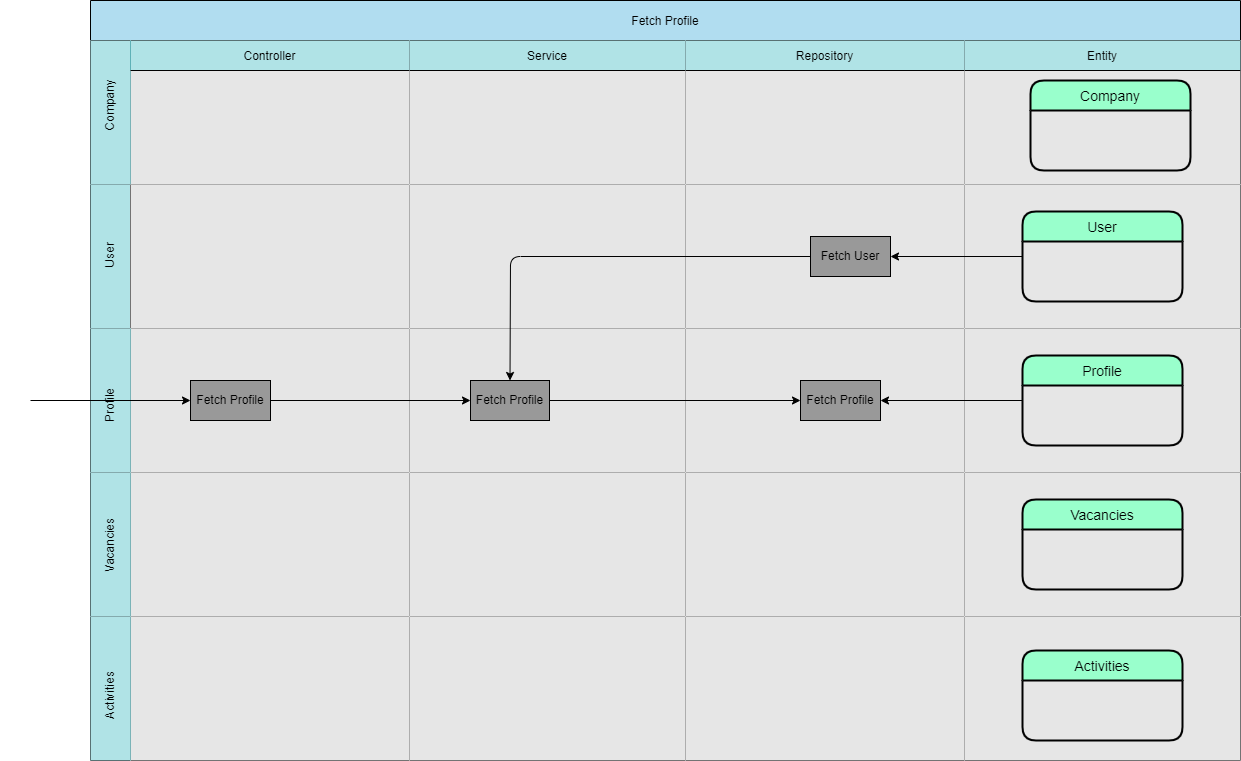
The draw.io diagram documents/asd/VAC-ASD-Fetch-Profile-AS-v1.png in AaronSaya/educom-symfony-1690191754, before a commit. Source tidied: cells renumbered, new cells last; positions are measured from the earlier drawing's top-left corner, leaving out a move shared by most shapes.
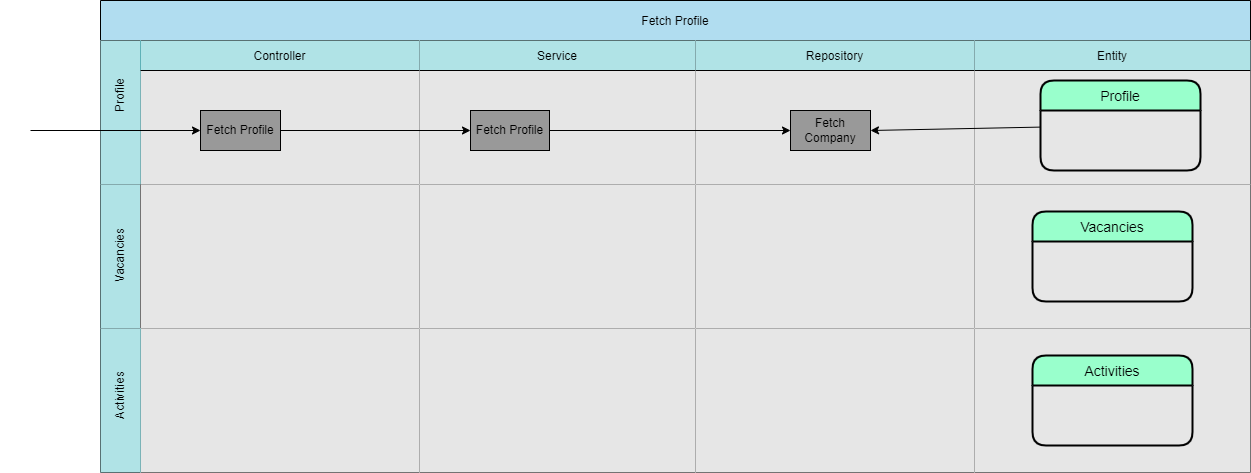
Above is the later version.

What changed in the source:
```diff
@@ -3,7 +3,7 @@
     <mxCell id="0" />
     <mxCell id="1" parent="0" />
     <mxCell id="2" value="Fetch Profile" style="shape=table;startSize=40;fillColor=#b1ddf0;strokeColor=#000000;fontColor=#000000;" parent="1" vertex="1">
-      <mxGeometry x="90" width="1150" height="760" as="geometry" />
+      <mxGeometry x="90" width="1150" height="472" as="geometry" />
     </mxCell>
     <mxCell id="3" style="shape=tableRow;horizontal=0;swimlaneHead=0;swimlaneBody=0;top=0;left=0;bottom=0;right=0;fontStyle=0;fillColor=#b0e3e6;startSize=40;strokeColor=#0e8088;fontColor=#000000;" parent="2" vertex="1">
       <mxGeometry y="40" width="1150" height="144" as="geometry" />
@@ -11,141 +11,86 @@
     <mxCell id="4" value="Controller" style="swimlane;swimlaneHead=0;swimlaneBody=0;fontStyle=0;fillColor=#b0e3e6;startSize=30;strokeColor=#000000;fontColor=#000000;swimlaneFillColor=#E6E6E6;" parent="3" vertex="1">
       <mxGeometry x="40" width="279" height="144" as="geometry" />
     </mxCell>
+    <mxCell id="8" value="Fetch Profile" style="whiteSpace=wrap;html=1;fillColor=#999999;fillStyle=auto;fontColor=#000000;" parent="4" vertex="1">
+      <mxGeometry x="60" y="70" width="80" height="40" as="geometry" />
+    </mxCell>
+    <mxCell id="19" value="Service" style="swimlane;swimlaneHead=0;swimlaneBody=0;fontStyle=0;fillColor=#b0e3e6;startSize=30;strokeColor=#000000;fontColor=#000000;swimlaneFillColor=#E6E6E6;" parent="3" vertex="1">
+      <mxGeometry x="319" width="276" height="144" as="geometry" />
+    </mxCell>
+    <mxCell id="26" value="Fetch Profile" style="whiteSpace=wrap;html=1;fillColor=#999999;fontColor=#000000;" parent="19" vertex="1">
+      <mxGeometry x="51" y="70" width="79" height="40" as="geometry" />
+    </mxCell>
-    <mxCell id="5" value="Service" style="swimlane;swimlaneHead=0;swimlaneBody=0;fontStyle=0;fillColor=#b0e3e6;startSize=30;strokeColor=#000000;fontColor=#000000;swimlaneFillColor=#E6E6E6;" parent="3" vertex="1">
-      <mxGeometry x="319" width="276" height="144" as="geometry" />
+    <mxCell id="5" value="Repository" style="swimlane;swimlaneHead=0;swimlaneBody=0;fontStyle=0;fillColor=#b0e3e6;startSize=30;strokeColor=#000000;fontColor=#000000;swimlaneFillColor=#E6E6E6;" parent="3" vertex="1">
+      <mxGeometry x="595" width="279" height="144" as="geometry" />
     </mxCell>
+    <mxCell id="9" value="Fetch Company" style="whiteSpace=wrap;html=1;fillColor=#999999;fontColor=#000000;" parent="5" vertex="1">
+      <mxGeometry x="95" y="70" width="80" height="40" as="geometry" />
+    </mxCell>
+    <mxCell id="21" value="Entity" style="swimlane;swimlaneHead=0;swimlaneBody=0;fontStyle=0;fillColor=#b0e3e6;startSize=30;strokeColor=#000000;fontColor=#000000;swimlaneFillColor=#E6E6E6;" parent="3" vertex="1">
+      <mxGeometry x="874" width="276" height="144" as="geometry" />
+    </mxCell>
-    <mxCell id="6" value="Repository" style="swimlane;swimlaneHead=0;swimlaneBody=0;fontStyle=0;fillColor=#b0e3e6;startSize=30;strokeColor=#000000;fontColor=#000000;swimlaneFillColor=#E6E6E6;" parent="3" vertex="1">
-      <mxGeometry x="595" width="279" height="144" as="geometry" />
+    <mxCell id="6" value="Profile" style="swimlane;horizontal=1;startSize=30;rounded=1;fontSize=14;fontStyle=0;strokeWidth=2;shadow=0;dashed=0;align=center;fillColor=#99FFCC;strokeColor=#000000;fontColor=#000000;" parent="21" vertex="1">
+      <mxGeometry x="66" y="40" width="160" height="90" as="geometry" />
     </mxCell>
+    <mxCell id="12" style="edgeStyle=none;html=1;entryX=0;entryY=0.5;entryDx=0;entryDy=0;strokeColor=#000000;" parent="3" edge="1" source="8" target="26">
+      <mxGeometry relative="1" as="geometry" />
+    </mxCell>
+    <mxCell id="14" style="edgeStyle=none;html=1;strokeColor=#000000;" parent="3" edge="1" source="26" target="9">
+      <mxGeometry relative="1" as="geometry" />
+    </mxCell>
+    <mxCell id="28" style="edgeStyle=none;html=1;entryX=1;entryY=0.5;entryDx=0;entryDy=0;strokeColor=#000000;" parent="3" edge="1" source="6" target="9">
+      <mxGeometry relative="1" as="geometry" />
+    </mxCell>
+    <mxCell id="23" style="shape=tableRow;horizontal=0;swimlaneHead=0;swimlaneBody=0;top=0;left=0;bottom=0;right=0;fontStyle=0;fillColor=#b0e3e6;points=[[0,0.5],[1,0.5]];portConstraint=eastwest;startSize=40;strokeColor=#000000;" parent="2" vertex="1">
+      <mxGeometry y="184" width="1150" height="144" as="geometry" />
+    </mxCell>
-    <mxCell id="7" value="Entity" style="swimlane;swimlaneHead=0;swimlaneBody=0;fontStyle=0;fillColor=#b0e3e6;startSize=30;strokeColor=#000000;fontColor=#000000;swimlaneFillColor=#E6E6E6;" parent="3" vertex="1">
-      <mxGeometry x="874" width="276" height="144" as="geometry" />
+    <mxCell id="7" style="swimlane;swimlaneHead=0;swimlaneBody=0;fontStyle=0;fillColor=none;startSize=0;swimlaneFillColor=#E6E6E6;strokeColor=#000000;" parent="23" vertex="1">
+      <mxGeometry x="40" width="279" height="144" as="geometry" />
     </mxCell>
-    <mxCell id="8" value="Company" style="swimlane;horizontal=1;startSize=30;rounded=1;fontSize=14;fontStyle=0;strokeWidth=2;shadow=0;dashed=0;align=center;fillColor=#99FFCC;strokeColor=#000000;fontColor=#000000;" parent="7" vertex="1">
-      <mxGeometry x="66" y="40" width="160" height="90" as="geometry" />
-    </mxCell>
-    <mxCell id="9" style="shape=tableRow;horizontal=0;swimlaneHead=0;swimlaneBody=0;top=0;left=0;bottom=0;right=0;fontStyle=0;fillColor=#b0e3e6;points=[[0,0.5],[1,0.5]];portConstraint=eastwest;startSize=40;strokeColor=#000000;" parent="2" vertex="1">
-      <mxGeometry y="184" width="1150" height="144" as="geometry" />
-    </mxCell>
+    <mxCell id="27" style="swimlane;swimlaneHead=0;swimlaneBody=0;fontStyle=0;fillColor=none;startSize=0;swimlaneFillColor=#E6E6E6;strokeColor=#000000;fontColor=#000000;" parent="23" vertex="1">
+      <mxGeometry x="319" width="276" height="144" as="geometry" />
+    </mxCell>
+    <mxCell id="49" style="swimlane;swimlaneHead=0;swimlaneBody=0;fontStyle=0;fillColor=none;startSize=0;swimlaneFillColor=#E6E6E6;strokeColor=#000000;" parent="23" vertex="1">
+      <mxGeometry x="595" width="279" height="144" as="geometry" />
+    </mxCell>
-    <mxCell id="10" style="swimlane;swimlaneHead=0;swimlaneBody=0;fontStyle=0;fillColor=none;startSize=0;swimlaneFillColor=#E6E6E6;strokeColor=#000000;" parent="9" vertex="1">
-      <mxGeometry x="40" width="279" height="144" as="geometry" />
+    <mxCell id="10" style="swimlane;swimlaneHead=0;swimlaneBody=0;fontStyle=0;fillColor=none;startSize=0;swimlaneFillColor=#E6E6E6;strokeColor=#000000;" parent="23" vertex="1">
+      <mxGeometry x="874" width="276" height="144" as="geometry" />
     </mxCell>
-    <mxCell id="11" style="swimlane;swimlaneHead=0;swimlaneBody=0;fontStyle=0;fillColor=none;startSize=0;swimlaneFillColor=#E6E6E6;strokeColor=#000000;fontColor=#000000;" parent="9" vertex="1">
-      <mxGeometry x="319" width="276" height="144" as="geometry" />
+    <mxCell id="11" value="Vacancies" style="swimlane;horizontal=1;startSize=30;rounded=1;fontSize=14;fontStyle=0;strokeWidth=2;shadow=0;dashed=0;align=center;fillColor=#99FFCC;strokeColor=#000000;fontColor=#000000;" parent="10" vertex="1">
+      <mxGeometry x="58" y="27" width="160" height="90" as="geometry" />
     </mxCell>
-    <mxCell id="12" style="swimlane;swimlaneHead=0;swimlaneBody=0;fontStyle=0;fillColor=none;startSize=0;swimlaneFillColor=#E6E6E6;strokeColor=#000000;" parent="9" vertex="1">
-      <mxGeometry x="595" width="279" height="144" as="geometry" />
-    </mxCell>
-    <mxCell id="13" value="Fetch User" style="whiteSpace=wrap;html=1;fillColor=#999999;fontColor=#000000;" parent="12" vertex="1">
-      <mxGeometry x="125" y="52" width="80" height="40" as="geometry" />
-    </mxCell>
-    <mxCell id="14" style="swimlane;swimlaneHead=0;swimlaneBody=0;fontStyle=0;fillColor=none;startSize=0;swimlaneFillColor=#E6E6E6;strokeColor=#000000;" parent="9" vertex="1">
-      <mxGeometry x="874" width="276" height="144" as="geometry" />
-    </mxCell>
-    <mxCell id="15" value="User" style="swimlane;horizontal=1;startSize=30;rounded=1;fontSize=14;fontStyle=0;strokeWidth=2;shadow=0;dashed=0;align=center;fillColor=#99FFCC;strokeColor=#000000;fontColor=#000000;" parent="14" vertex="1">
-      <mxGeometry x="58" y="27" width="160" height="90" as="geometry" />
-    </mxCell>
-    <mxCell id="16" style="edgeStyle=none;html=1;strokeColor=#000000;" parent="9" edge="1" source="15" target="13">
-      <mxGeometry relative="1" as="geometry" />
-    </mxCell>
     <mxCell id="17" style="shape=tableRow;horizontal=0;swimlaneHead=0;swimlaneBody=0;top=0;left=0;bottom=0;right=0;fontStyle=0;fillColor=#b0e3e6;startSize=40;strokeColor=#0e8088;" parent="2" vertex="1">
       <mxGeometry y="328" width="1150" height="144" as="geometry" />
     </mxCell>
     <mxCell id="18" style="swimlane;swimlaneHead=0;swimlaneBody=0;fontStyle=0;fillColor=none;startSize=0;swimlaneFillColor=#E6E6E6;strokeColor=#000000;" parent="17" vertex="1">
       <mxGeometry x="40" width="279" height="144" as="geometry" />
     </mxCell>
-    <mxCell id="19" value="Fetch Profile" style="whiteSpace=wrap;html=1;fillColor=#999999;fillStyle=auto;fontColor=#000000;" parent="18" vertex="1">
-      <mxGeometry x="60" y="52" width="80" height="40" as="geometry" />
-    </mxCell>
     <mxCell id="20" style="swimlane;swimlaneHead=0;swimlaneBody=0;fontStyle=0;fillColor=none;startSize=0;swimlaneFillColor=#E6E6E6;strokeColor=#000000;" parent="17" vertex="1">
       <mxGeometry x="319" width="276" height="144" as="geometry" />
     </mxCell>
-    <mxCell id="21" value="Fetch Profile" style="whiteSpace=wrap;html=1;fillColor=#999999;fontColor=#000000;" parent="20" vertex="1">
-      <mxGeometry x="61" y="52" width="79" height="40" as="geometry" />
-    </mxCell>
     <mxCell id="22" style="swimlane;swimlaneHead=0;swimlaneBody=0;fontStyle=0;fillColor=none;startSize=0;fontColor=#000000;swimlaneFillColor=#E6E6E6;strokeColor=#000000;" parent="17" vertex="1">
       <mxGeometry x="595" width="279" height="144" as="geometry" />
     </mxCell>
-    <mxCell id="23" value="Fetch Profile" style="whiteSpace=wrap;html=1;fillColor=#999999;fontColor=#000000;" parent="22" vertex="1">
-      <mxGeometry x="115" y="52" width="80" height="40" as="geometry" />
-    </mxCell>
     <mxCell id="24" style="swimlane;swimlaneHead=0;swimlaneBody=0;fontStyle=0;fillColor=none;startSize=0;swimlaneFillColor=#E6E6E6;strokeColor=#000000;" parent="17" vertex="1">
       <mxGeometry x="874" width="276" height="144" as="geometry" />
     </mxCell>
-    <mxCell id="25" value="Profile" style="swimlane;horizontal=1;startSize=30;rounded=1;fontSize=14;fontStyle=0;strokeWidth=2;shadow=0;dashed=0;align=center;fillColor=#99FFCC;strokeColor=#000000;fontColor=#000000;" parent="24" vertex="1">
+    <mxCell id="25" value="Activities" style="swimlane;horizontal=1;startSize=30;rounded=1;fontSize=14;fontStyle=0;strokeWidth=2;shadow=0;dashed=0;align=center;fillColor=#99FFCC;strokeColor=#000000;fontColor=#000000;" parent="24" vertex="1">
       <mxGeometry x="58" y="27" width="160" height="90" as="geometry" />
     </mxCell>
-    <mxCell id="26" style="edgeStyle=none;html=1;strokeColor=#000000;" parent="17" edge="1" source="21" target="23">
-      <mxGeometry relative="1" as="geometry" />
-    </mxCell>
-    <mxCell id="27" style="edgeStyle=none;html=1;entryX=0;entryY=0.5;entryDx=0;entryDy=0;strokeColor=#000000;" parent="17" edge="1" source="19" target="21">
-      <mxGeometry relative="1" as="geometry" />
-    </mxCell>
-    <mxCell id="28" style="edgeStyle=none;html=1;entryX=1;entryY=0.5;entryDx=0;entryDy=0;strokeColor=#000000;" parent="17" edge="1" source="25" target="23">
-      <mxGeometry relative="1" as="geometry" />
-    </mxCell>
-    <mxCell id="29" style="shape=tableRow;horizontal=0;swimlaneHead=0;swimlaneBody=0;top=0;left=0;bottom=0;right=0;fontStyle=0;fillColor=#b0e3e6;startSize=40;strokeColor=#0e8088;" parent="2" vertex="1">
-      <mxGeometry y="472" width="1150" height="144" as="geometry" />
-    </mxCell>
-    <mxCell id="30" style="swimlane;swimlaneHead=0;swimlaneBody=0;fontStyle=0;fillColor=none;startSize=0;swimlaneFillColor=#E6E6E6;strokeColor=#000000;" parent="29" vertex="1">
-      <mxGeometry x="40" width="279" height="144" as="geometry" />
-    </mxCell>
-    <mxCell id="31" style="swimlane;swimlaneHead=0;swimlaneBody=0;fontStyle=0;fillColor=none;startSize=0;swimlaneFillColor=#E6E6E6;strokeColor=#000000;" parent="29" vertex="1">
-      <mxGeometry x="319" width="276" height="144" as="geometry" />
-    </mxCell>
-    <mxCell id="32" style="swimlane;swimlaneHead=0;swimlaneBody=0;fontStyle=0;fillColor=none;startSize=0;swimlaneFillColor=#E6E6E6;strokeColor=#000000;" parent="29" vertex="1">
-      <mxGeometry x="595" width="279" height="144" as="geometry" />
-    </mxCell>
-    <mxCell id="33" style="swimlane;swimlaneHead=0;swimlaneBody=0;fontStyle=0;fillColor=none;startSize=0;swimlaneFillColor=#E6E6E6;" parent="29" vertex="1">
-      <mxGeometry x="874" width="276" height="144" as="geometry" />
-    </mxCell>
-    <mxCell id="34" value="Vacancies" style="swimlane;horizontal=1;startSize=30;rounded=1;fontSize=14;fontStyle=0;strokeWidth=2;shadow=0;dashed=0;align=center;fillColor=#99FFCC;strokeColor=#000000;fontColor=#000000;" parent="33" vertex="1">
-      <mxGeometry x="58" y="27" width="160" height="90" as="geometry" />
-    </mxCell>
-    <mxCell id="35" style="shape=tableRow;horizontal=0;swimlaneHead=0;swimlaneBody=0;top=0;left=0;bottom=0;right=0;fontStyle=0;fillColor=#b0e3e6;startSize=40;strokeColor=#0e8088;" parent="2" vertex="1">
-      <mxGeometry y="616" width="1150" height="144" as="geometry" />
-    </mxCell>
-    <mxCell id="36" style="swimlane;swimlaneHead=0;swimlaneBody=0;fontStyle=0;fillColor=none;startSize=0;swimlaneFillColor=#E6E6E6;strokeColor=#000000;" parent="35" vertex="1">
-      <mxGeometry x="40" width="279" height="144" as="geometry" />
-    </mxCell>
-    <mxCell id="37" style="swimlane;swimlaneHead=0;swimlaneBody=0;fontStyle=0;fillColor=none;startSize=0;swimlaneFillColor=#E6E6E6;strokeColor=#000000;" parent="35" vertex="1">
-      <mxGeometry x="319" width="276" height="144" as="geometry" />
-    </mxCell>
-    <mxCell id="38" style="swimlane;swimlaneHead=0;swimlaneBody=0;fontStyle=0;fillColor=none;startSize=0;swimlaneFillColor=#E6E6E6;strokeColor=#000000;" parent="35" vertex="1">
-      <mxGeometry x="595" width="279" height="144" as="geometry" />
-    </mxCell>
-    <mxCell id="39" style="swimlane;swimlaneHead=0;swimlaneBody=0;fontStyle=0;fillColor=none;startSize=0;swimlaneFillColor=#E6E6E6;strokeColor=#000000;" parent="35" vertex="1">
-      <mxGeometry x="874" width="276" height="144" as="geometry" />
-    </mxCell>
-    <mxCell id="40" value="Activities" style="swimlane;horizontal=1;startSize=30;rounded=1;fontSize=14;fontStyle=0;strokeWidth=2;shadow=0;dashed=0;align=center;fillColor=#99FFCC;strokeColor=#000000;fontColor=#000000;" parent="39" vertex="1">
-      <mxGeometry x="58" y="34" width="160" height="90" as="geometry" />
-    </mxCell>
-    <mxCell id="41" style="edgeStyle=none;html=1;entryX=0.5;entryY=0;entryDx=0;entryDy=0;strokeColor=#000000;" parent="2" edge="1" source="13" target="21">
-      <mxGeometry relative="1" as="geometry">
-        <Array as="points">
-          <mxPoint x="420" y="256" />
-        </Array>
-      </mxGeometry>
-    </mxCell>
-    <mxCell id="42" value="&lt;font color=&quot;#000000&quot;&gt;Company&lt;/font&gt;" style="text;strokeColor=none;align=center;fillColor=none;html=1;verticalAlign=middle;whiteSpace=wrap;rounded=0;rotation=-90;" parent="1" vertex="1">
-      <mxGeometry x="80" y="90" width="60" height="30" as="geometry" />
-    </mxCell>
-    <mxCell id="43" value="&lt;font color=&quot;#000000&quot;&gt;User&lt;/font&gt;" style="text;strokeColor=none;align=center;fillColor=none;html=1;verticalAlign=middle;whiteSpace=wrap;rounded=0;rotation=-90;" parent="1" vertex="1">
-      <mxGeometry x="80" y="240" width="60" height="30" as="geometry" />
-    </mxCell>
     <mxCell id="44" value="&lt;font color=&quot;#000000&quot;&gt;Profile&lt;/font&gt;" style="text;strokeColor=none;align=center;fillColor=none;html=1;verticalAlign=middle;whiteSpace=wrap;rounded=0;rotation=-90;" parent="1" vertex="1">
-      <mxGeometry x="80" y="390" width="60" height="30" as="geometry" />
+      <mxGeometry x="80" y="80" width="60" height="30" as="geometry" />
     </mxCell>
     <mxCell id="45" value="&lt;font color=&quot;#000000&quot;&gt;Vacancies&lt;/font&gt;" style="text;strokeColor=none;align=center;fillColor=none;html=1;verticalAlign=middle;whiteSpace=wrap;rounded=0;rotation=-90;" parent="1" vertex="1">
-      <mxGeometry x="80" y="530" width="60" height="30" as="geometry" />
+      <mxGeometry x="80" y="240" width="60" height="30" as="geometry" />
     </mxCell>
     <mxCell id="46" value="&lt;font color=&quot;#000000&quot;&gt;Activities&lt;/font&gt;" style="text;strokeColor=none;align=center;fillColor=none;html=1;verticalAlign=middle;whiteSpace=wrap;rounded=0;rotation=-90;" parent="1" vertex="1">
-      <mxGeometry x="80" y="680" width="60" height="30" as="geometry" />
+      <mxGeometry x="80" y="380" width="60" height="30" as="geometry" />
     </mxCell>
-    <mxCell id="47" style="edgeStyle=none;html=1;strokeColor=#000000;" parent="1" edge="1" source="48" target="19">
+    <mxCell id="47" style="edgeStyle=none;html=1;strokeColor=#000000;" parent="1" edge="1" source="48" target="8">
       <mxGeometry relative="1" as="geometry" />
     </mxCell>
     <mxCell id="48" value="&lt;font color=&quot;#ffffff&quot;&gt;Actor&lt;/font&gt;" style="shape=umlActor;verticalLabelPosition=bottom;verticalAlign=top;html=1;outlineConnect=0;strokeColor=#FFFFFF;fillColor=none;" parent="1" vertex="1">
-      <mxGeometry y="370" width="30" height="60" as="geometry" />
+      <mxGeometry x="-10" y="100" width="30" height="60" as="geometry" />
     </mxCell>
   </root>
 </mxGraphModel>
```
